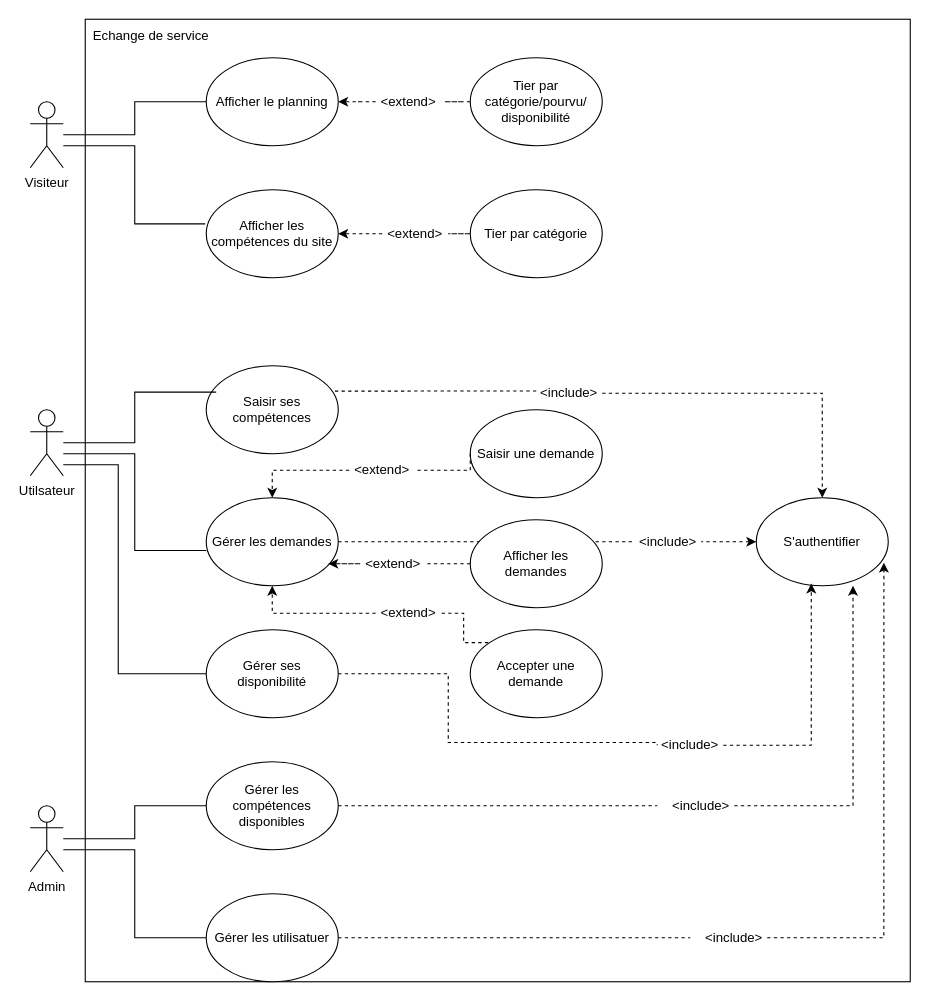
Earlier version of the draw.io diagram page "Page-1" (1 of 3) of Conception/UML.drawio (doremijazz/Evaluation_python_web). Source tidied: cells renumbered, new cells numbered last; positions are measured from the earlier drawing's top-left corner, leaving out a move shared by most shapes. Both pictures are drawn from the tidied source at 110%, with x=0, y=0 at pixel (30, 19).
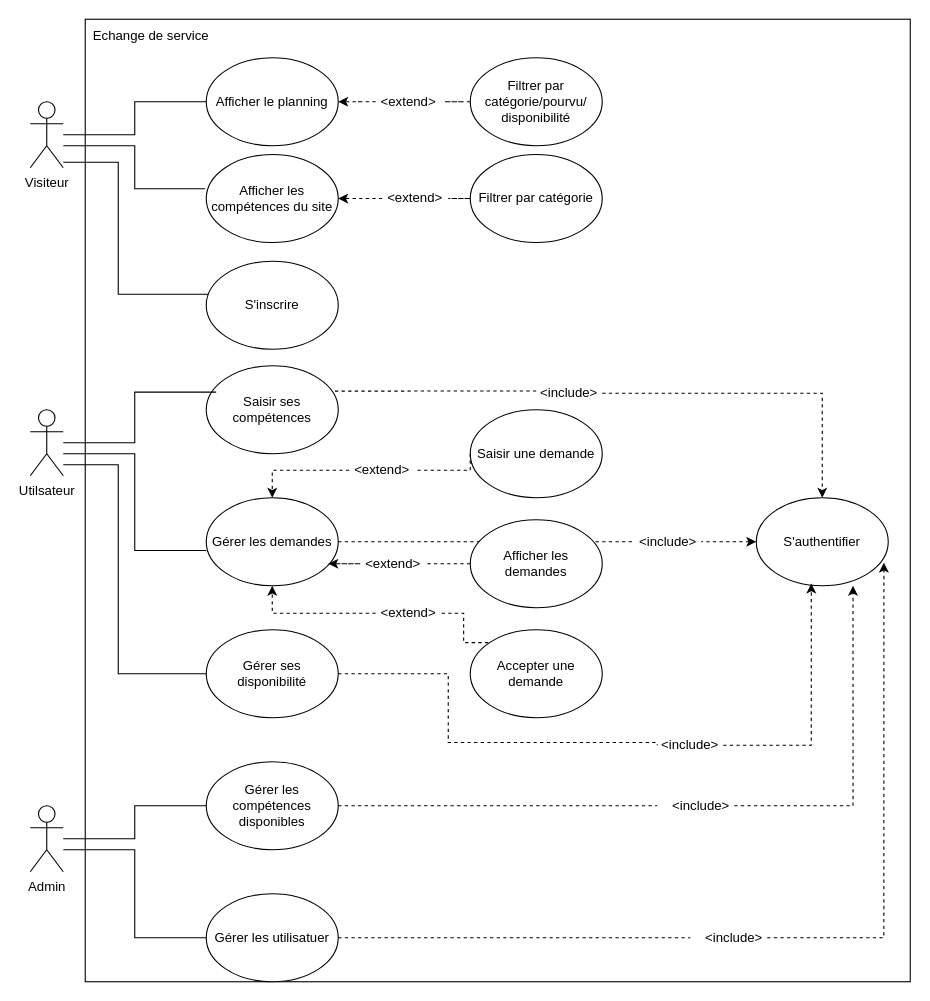
After the change.

Unchanged cells that the change refers to:
```xml
<mxCell id="4" value="Visiteur" style="shape=umlActor;verticalLabelPosition=bottom;verticalAlign=top;html=1;outlineConnect=0;" parent="1" vertex="1">
  <mxGeometry y="75" width="30" height="60" as="geometry" />
</mxCell>
```

Change to the diagram source:
```diff
@@
+    <mxCell id="57" style="edgeStyle=orthogonalEdgeStyle;rounded=0;jettySize=auto;html=1;endArrow=none;endFill=0;" parent="1" edge="1" source="4" target="58">
+      <mxGeometry relative="1" as="geometry">
+        <Array as="points">
+          <mxPoint x="80" y="130" />
+          <mxPoint x="80" y="250" />
+        </Array>
+      </mxGeometry>
+    </mxCell>
@@
     <mxCell id="11" value="Afficher les compétences du site" style="ellipse;whiteSpace=wrap;html=1;shapeInside=1;" parent="1" vertex="1">
-      <mxGeometry x="160" y="155" width="120" height="80" as="geometry" />
+      <mxGeometry x="160" y="123" width="120" height="80" as="geometry" />
     </mxCell>
@@
     <mxCell id="20" style="edgeStyle=orthogonalEdgeStyle;rounded=0;jettySize=auto;html=1;entryX=-0.008;entryY=0.388;entryDx=0;entryDy=0;entryPerimeter=0;endArrow=none;endFill=0;" parent="1" edge="1" source="4" target="11">
       <mxGeometry relative="1" as="geometry">
         <Array as="points">
           <mxPoint x="95" y="115" />
-          <mxPoint x="95" y="186" />
+          <mxPoint x="95" y="154" />
         </Array>
       </mxGeometry>
     </mxCell>
@@
-    <mxCell id="34" value="Tier par catégorie/pourvu/&lt;br&gt;&lt;span style=&quot;background-color: transparent; color: light-dark(rgb(0, 0, 0), rgb(255, 255, 255));&quot;&gt;disponibilité&lt;/span&gt;" style="ellipse;whiteSpace=wrap;html=1;shapeInside=1;" parent="1" vertex="1">
+    <mxCell id="34" value="Filtrer par catégorie/pourvu/&lt;br&gt;&lt;span style=&quot;background-color: transparent; color: light-dark(rgb(0, 0, 0), rgb(255, 255, 255));&quot;&gt;disponibilité&lt;/span&gt;" style="ellipse;whiteSpace=wrap;html=1;shapeInside=1;" parent="1" vertex="1">
       <mxGeometry x="400" y="35" width="120" height="80" as="geometry" />
     </mxCell>
@@
-    <mxCell id="36" value="Tier par catégorie" style="ellipse;whiteSpace=wrap;html=1;shapeInside=1;" parent="1" vertex="1">
-      <mxGeometry x="400" y="155" width="120" height="80" as="geometry" />
+    <mxCell id="36" value="Filtrer par catégorie" style="ellipse;whiteSpace=wrap;html=1;shapeInside=1;" parent="1" vertex="1">
+      <mxGeometry x="400" y="123" width="120" height="80" as="geometry" />
     </mxCell>
@@
     <mxCell id="49" value="&amp;lt;extend&amp;gt;" style="text;html=1;whiteSpace=wrap;strokeColor=none;fillColor=none;align=center;verticalAlign=middle;rounded=0;" parent="1" vertex="1">
-      <mxGeometry x="320" y="180" width="60" height="30" as="geometry" />
+      <mxGeometry x="320" y="148" width="60" height="30" as="geometry" />
     </mxCell>
@@
+    <mxCell id="58" value="S'inscrire" style="ellipse;whiteSpace=wrap;html=1;shapeInside=1;" parent="1" vertex="1">
+      <mxGeometry x="160" y="220" width="120" height="80" as="geometry" />
+    </mxCell>
```
